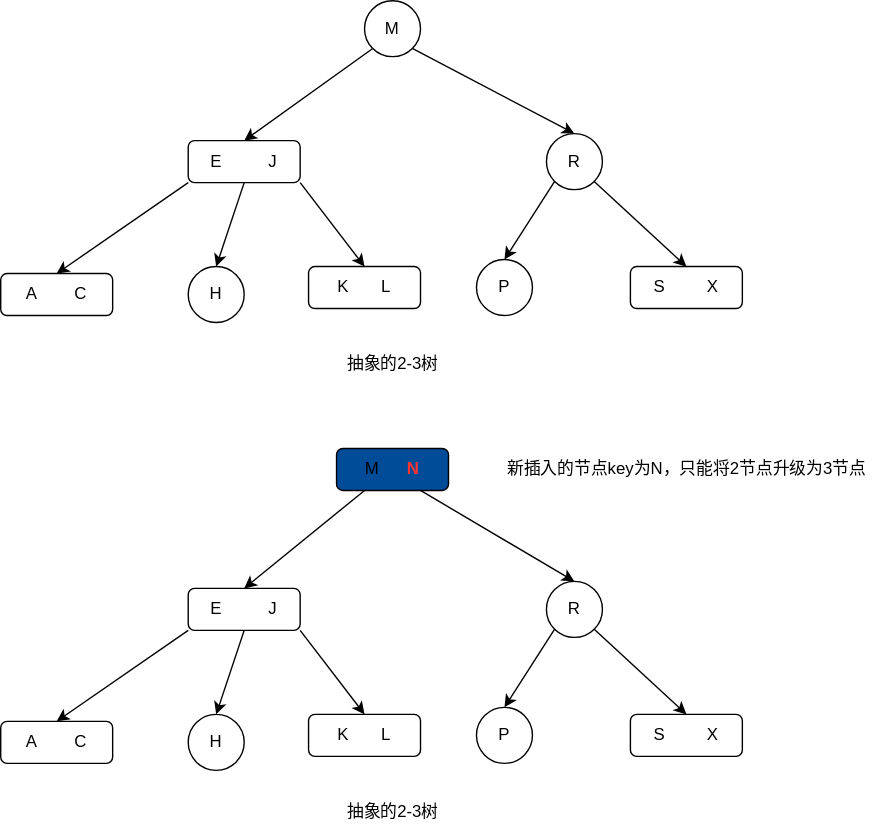
Above: java/collection-src-analysis/images/red-black-tree/red-black-tree.drawio.svg in soloveri/notes-of-cs (draw.io), before the change. Source tidied: cells renumbered, new cells last; positions are measured from the earlier drawing's top-left corner, leaving out a move shared by most shapes.
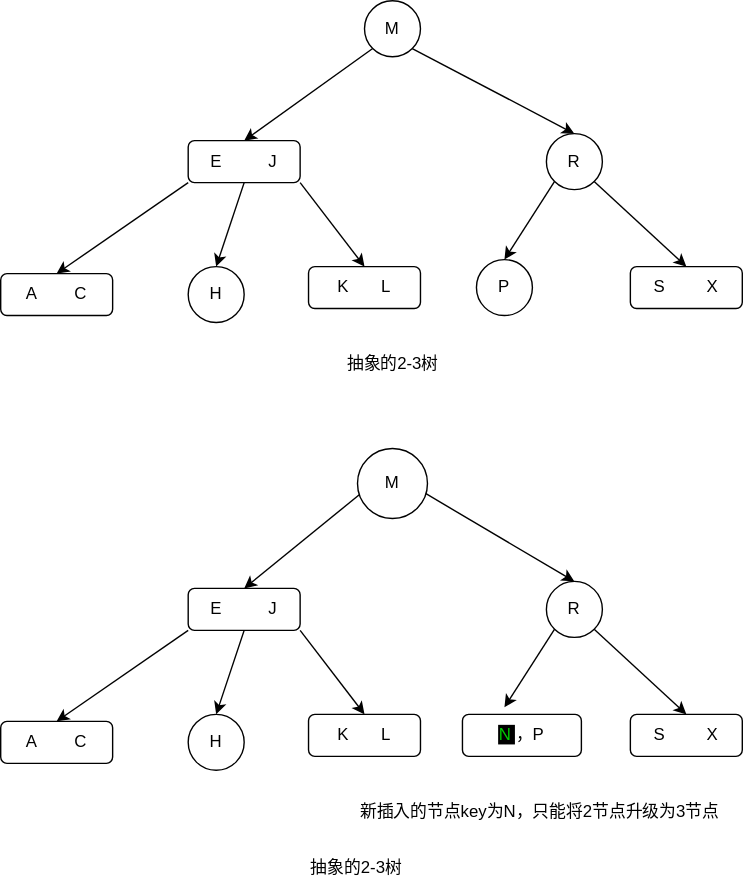
After the commit.

Commit message:
fix bugs of insert analysis red-black tree

What changed in the source:
```diff
@@ -65,17 +65,16 @@
     <mxCell id="22" value="S&amp;nbsp; &amp;nbsp; &amp;nbsp; &amp;nbsp; &amp;nbsp;X" style="rounded=1;whiteSpace=wrap;html=1;" parent="1" vertex="1">
       <mxGeometry x="450" y="510" width="80" height="30" as="geometry" />
     </mxCell>
-    <mxCell id="23" value="P" style="ellipse;whiteSpace=wrap;html=1;" parent="1" vertex="1">
-      <mxGeometry x="340" y="505" width="40" height="40" as="geometry" />
-    </mxCell>
     <mxCell id="24" value="K&amp;nbsp; &amp;nbsp; &amp;nbsp; &amp;nbsp;L" style="rounded=1;whiteSpace=wrap;html=1;" parent="1" vertex="1">
       <mxGeometry x="220" y="510" width="80" height="30" as="geometry" />
     </mxCell>
     <mxCell id="25" value="抽象的2-3树" style="text;html=1;align=center;verticalAlign=middle;" parent="1" vertex="1">
-      <mxGeometry x="240" y="570" width="80" height="20" as="geometry" />
+      <mxGeometry x="214" y="610" width="80" height="20" as="geometry" />
     </mxCell>
-    <mxCell id="26" style="endArrow=classic;html=1;exitX=0.25;exitY=1;exitDx=0;exitDy=0;entryX=0.5;entryY=0;entryDx=0;entryDy=0;" parent="1" edge="1" source="33" target="18">
-      <mxGeometry relative="1" as="geometry" />
+    <mxCell id="26" style="endArrow=classic;html=1;exitX=0.25;exitY=1;exitDx=0;exitDy=0;entryX=0.5;entryY=0;entryDx=0;entryDy=0;" parent="1" edge="1" target="18">
+      <mxGeometry relative="1" as="geometry">
+        <mxPoint x="260" y="350" as="sourcePoint" />
+      </mxGeometry>
     </mxCell>
     <mxCell id="27" style="endArrow=classic;html=1;exitX=0;exitY=1;exitDx=0;exitDy=0;entryX=0.5;entryY=0;entryDx=0;entryDy=0;" parent="1" edge="1" source="18" target="20">
       <mxGeometry relative="1" as="geometry" />
@@ -86,20 +85,27 @@
     <mxCell id="29" style="endArrow=classic;html=1;exitX=1;exitY=1;exitDx=0;exitDy=0;entryX=0.5;entryY=0;entryDx=0;entryDy=0;" parent="1" edge="1" source="18" target="24">
       <mxGeometry relative="1" as="geometry" />
     </mxCell>
-    <mxCell id="30" style="endArrow=classic;html=1;exitX=0.75;exitY=1;exitDx=0;exitDy=0;entryX=0.5;entryY=0;entryDx=0;entryDy=0;" parent="1" edge="1" source="33" target="19">
-      <mxGeometry relative="1" as="geometry" />
+    <mxCell id="30" style="endArrow=classic;html=1;exitX=0.75;exitY=1;exitDx=0;exitDy=0;entryX=0.5;entryY=0;entryDx=0;entryDy=0;" parent="1" edge="1" target="19">
+      <mxGeometry relative="1" as="geometry">
+        <mxPoint x="300" y="350" as="sourcePoint" />
+      </mxGeometry>
     </mxCell>
-    <mxCell id="31" style="endArrow=classic;html=1;exitX=0;exitY=1;exitDx=0;exitDy=0;entryX=0.5;entryY=0;entryDx=0;entryDy=0;" parent="1" edge="1" source="19" target="23">
-      <mxGeometry relative="1" as="geometry" />
+    <mxCell id="31" style="endArrow=classic;html=1;exitX=0;exitY=1;exitDx=0;exitDy=0;entryX=0.5;entryY=0;entryDx=0;entryDy=0;" parent="1" edge="1" source="19">
+      <mxGeometry relative="1" as="geometry">
+        <mxPoint x="360" y="505" as="targetPoint" />
+      </mxGeometry>
     </mxCell>
     <mxCell id="32" style="endArrow=classic;html=1;exitX=1;exitY=1;exitDx=0;exitDy=0;entryX=0.5;entryY=0;entryDx=0;entryDy=0;" parent="1" edge="1" source="19" target="22">
       <mxGeometry relative="1" as="geometry" />
     </mxCell>
-    <mxCell id="33" value="M&amp;nbsp; &amp;nbsp; &lt;font color=&quot;#ff3333&quot;&gt;&lt;b&gt;&amp;nbsp; N&lt;/b&gt;&lt;/font&gt;" style="rounded=1;whiteSpace=wrap;html=1;fillColor=#004C99;" parent="1" vertex="1">
-      <mxGeometry x="240" y="320" width="80" height="30" as="geometry" />
-    </mxCell>
     <mxCell id="34" value="新插入的节点key为N，只能将2节点升级为3节点" style="text;html=1;align=center;verticalAlign=middle;" parent="1" vertex="1">
-      <mxGeometry x="355" y="325" width="270" height="20" as="geometry" />
+      <mxGeometry x="250" y="570" width="270" height="20" as="geometry" />
     </mxCell>
+    <mxCell id="35" value="M" style="ellipse;whiteSpace=wrap;html=1;" parent="1" vertex="1">
+      <mxGeometry x="255" y="320" width="50" height="50" as="geometry" />
+    </mxCell>
+    <mxCell id="36" value="&lt;font color=&quot;#00cc00&quot;&gt;&lt;span style=&quot;background-color: rgb(0 , 0 , 0)&quot;&gt;N&lt;/span&gt;&lt;/font&gt;，P" style="rounded=1;whiteSpace=wrap;html=1;" parent="1" vertex="1">
+      <mxGeometry x="330" y="510" width="85" height="30" as="geometry" />
+    </mxCell>
   </root>
 </mxGraphModel>
```
